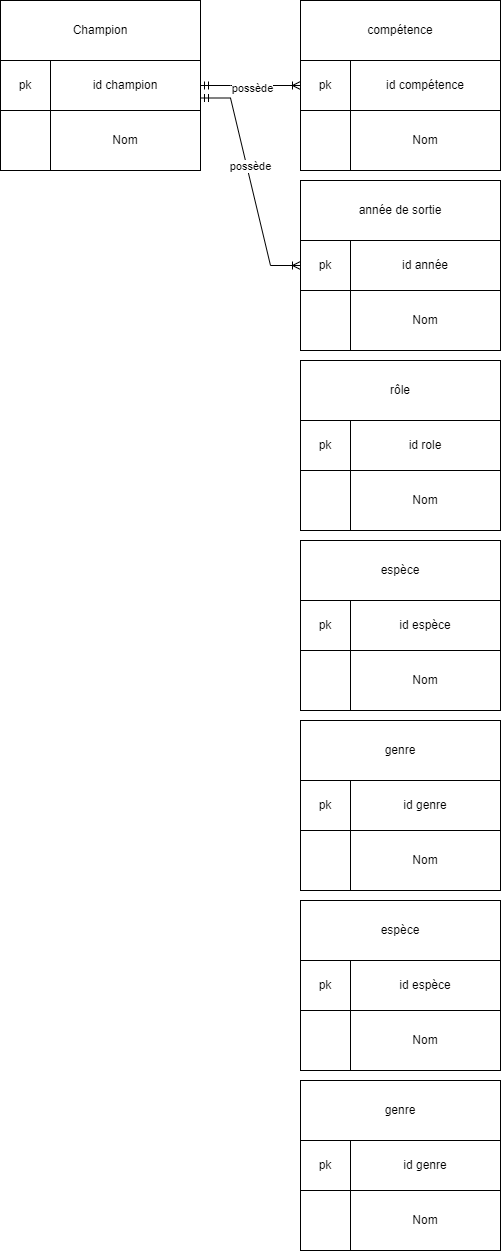
Before: Diagramme sans nom.drawio.png, a diagram exported from draw.io (jules6920000/BTS2-CIEL-IR-MCD-2024-2025). Source tidied: cells renumbered, new cells last; positions are measured from the earlier drawing's top-left corner, leaving out a move shared by most shapes.
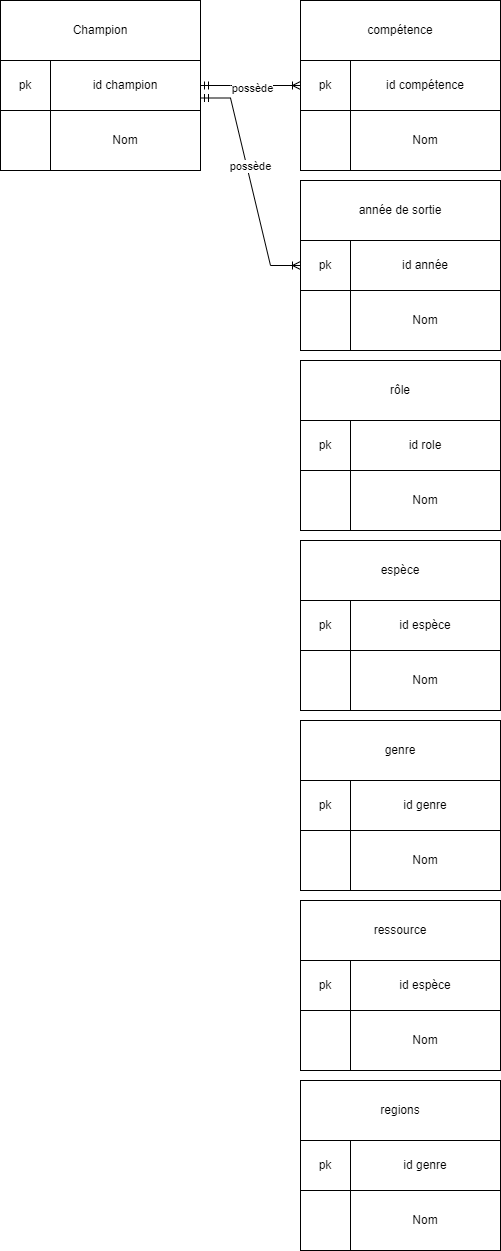
The same file after the commit.

Commit message:
Mettre à jour Diagramme sans nom.drawio.png

What changed in the source:
```diff
@@ -114,7 +114,7 @@
     <mxCell id="36" style="rounded=0;whiteSpace=wrap;html=1;" parent="1" vertex="1">
       <mxGeometry x="300" y="900" width="200" height="170" as="geometry" />
     </mxCell>
-    <mxCell id="37" value="espèce" style="rounded=0;whiteSpace=wrap;html=1;" parent="1" vertex="1">
+    <mxCell id="37" value="ressource" style="rounded=0;whiteSpace=wrap;html=1;" parent="1" vertex="1">
       <mxGeometry x="300" y="900" width="200" height="60" as="geometry" />
     </mxCell>
     <mxCell id="38" value="id espèce" style="rounded=0;whiteSpace=wrap;html=1;" parent="1" vertex="1">
@@ -129,7 +129,7 @@
     <mxCell id="41" style="rounded=0;whiteSpace=wrap;html=1;" parent="1" vertex="1">
       <mxGeometry x="300" y="1080" width="200" height="170" as="geometry" />
     </mxCell>
-    <mxCell id="42" value="genre" style="rounded=0;whiteSpace=wrap;html=1;" parent="1" vertex="1">
+    <mxCell id="42" value="regions" style="rounded=0;whiteSpace=wrap;html=1;" parent="1" vertex="1">
       <mxGeometry x="300" y="1080" width="200" height="60" as="geometry" />
     </mxCell>
     <mxCell id="43" value="id genre" style="rounded=0;whiteSpace=wrap;html=1;" parent="1" vertex="1">
```
